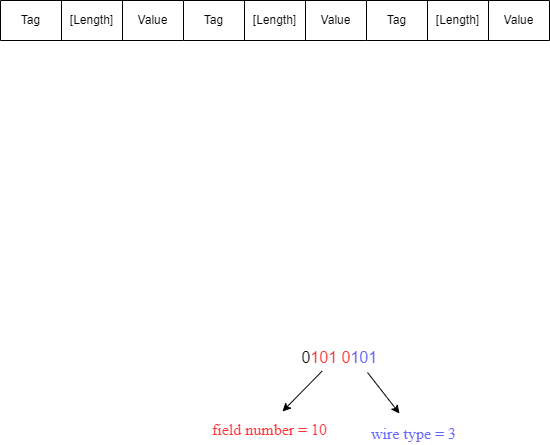
Earlier version of the draw.io export protobuf/demo2.png (sihaibao/note). Source tidied: cells renumbered, new cells last; positions are measured from the earlier drawing's top-left corner, leaving out a move shared by most shapes.
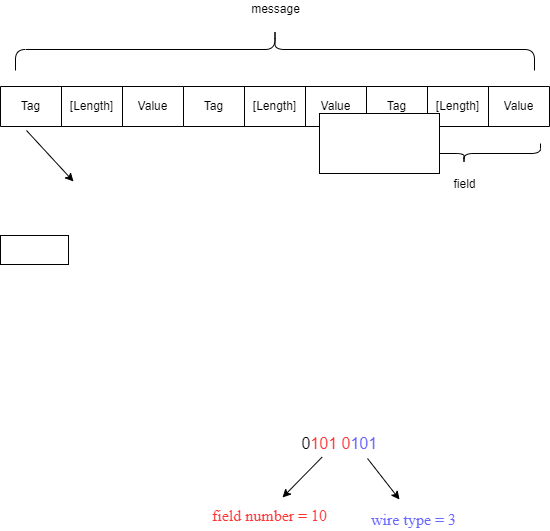
After the change.

What changed in the source:
```diff
@@ -67,5 +67,32 @@
     <mxCell id="21" value="Value" style="shape=partialRectangle;html=1;whiteSpace=wrap;fillColor=none;top=0;left=0;bottom=0;right=0;overflow=hidden;" parent="18" vertex="1">
       <mxGeometry x="122" width="61" height="40" as="geometry" />
     </mxCell>
+    <mxCell id="22" style="shape=curlyBracket;whiteSpace=wrap;html=1;rounded=1;flipH=1;direction=south;" parent="1" vertex="1">
+      <mxGeometry x="15" y="-58" width="519" height="42" as="geometry" />
+    </mxCell>
+    <mxCell id="23" value="message" style="text;html=1;align=center;verticalAlign=middle;strokeColor=none;fillColor=none;" parent="1" vertex="1">
+      <mxGeometry x="245" y="-86" width="59" height="18" as="geometry" />
+    </mxCell>
+    <mxCell id="24" style="shape=curlyBracket;whiteSpace=wrap;html=1;rounded=1;flipH=1;direction=north;" parent="1" vertex="1">
+      <mxGeometry x="387" y="57" width="153" height="20" as="geometry" />
+    </mxCell>
+    <mxCell id="25" value="field" style="text;html=1;align=center;verticalAlign=middle;strokeColor=none;fillColor=none;" parent="1" vertex="1">
+      <mxGeometry x="447.5" y="89" width="32" height="18" as="geometry" />
+    </mxCell>
+    <mxCell id="26" style="endArrow=classic;html=1;rounded=0;" parent="1" edge="1">
+      <mxGeometry relative="1" as="geometry">
+        <mxPoint x="26" y="44" as="sourcePoint" />
+        <mxPoint x="73" y="95" as="targetPoint" />
+      </mxGeometry>
+    </mxCell>
+    <mxCell id="27" style="shape=partialRectangle;html=1;whiteSpace=wrap;fillColor=none;top=0;left=0;bottom=0;right=0;overflow=hidden;" parent="1" vertex="1">
+      <mxGeometry x="177" y="128" width="61" height="40" as="geometry" />
+    </mxCell>
+    <mxCell id="28" style="rounded=0;whiteSpace=wrap;html=1;" parent="1" vertex="1">
+      <mxGeometry x="319" y="27" width="120" height="60" as="geometry" />
+    </mxCell>
+    <mxCell id="29" style="rounded=0;whiteSpace=wrap;html=1;" parent="1" vertex="1">
+      <mxGeometry y="149" width="68" height="29" as="geometry" />
+    </mxCell>
   </root>
 </mxGraphModel>
```
